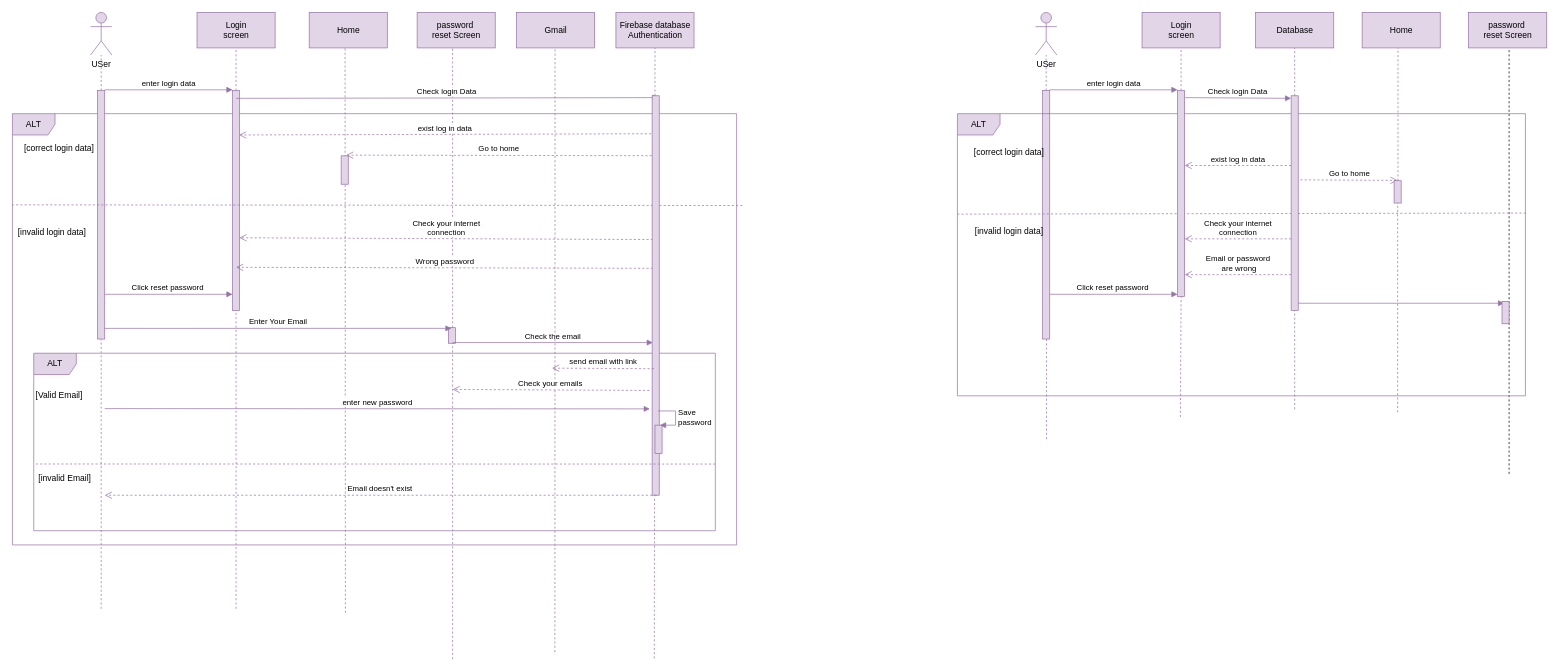
it-sCats/Fluke keeps this draw.io diagram as page "Page-2" (2 of 2) of seq_reg.drawio. Above is the earlier version. Source tidied: cells renumbered, new cells numbered last; positions are measured from the earlier drawing's top-left corner, leaving out a move shared by most shapes. Both pictures are drawn from the tidied source at 71%, with x=0, y=0 at pixel (12, 12).
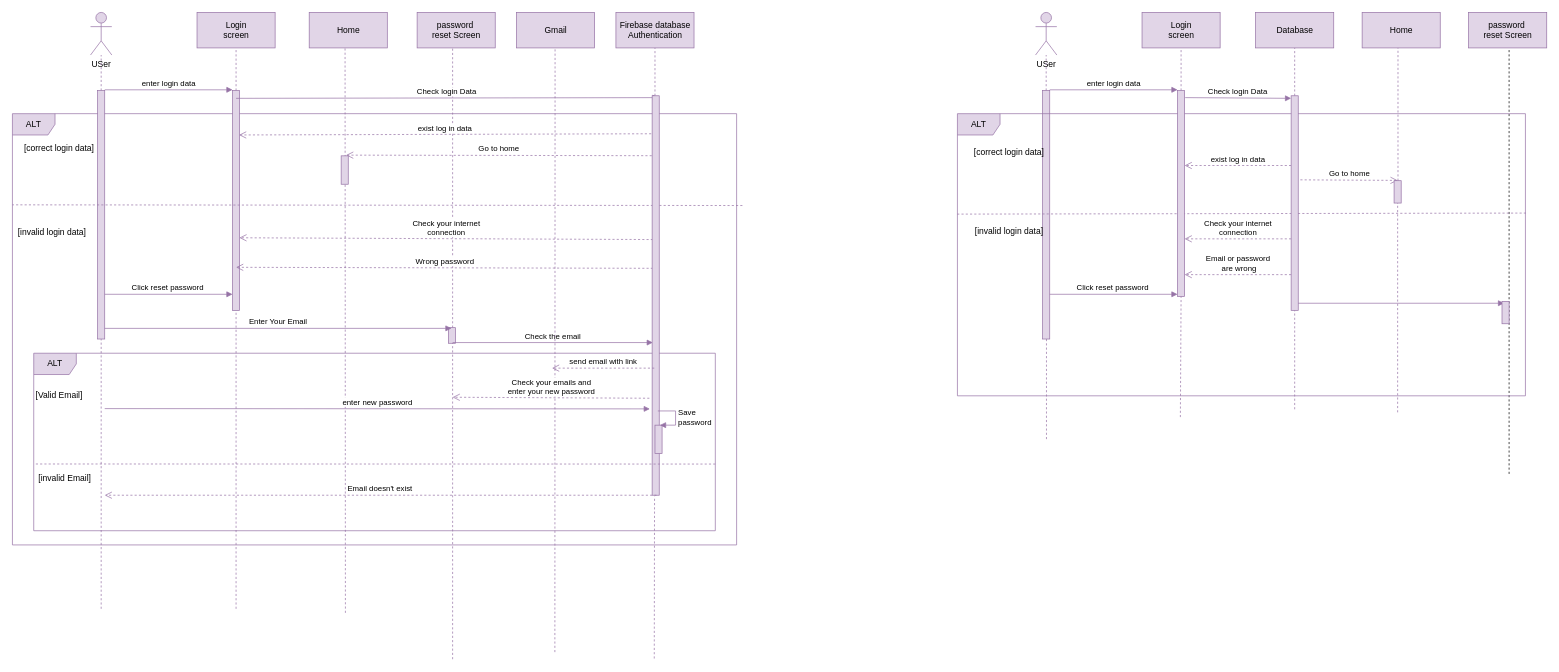
The same page after the edit.

The edit, as a diff of the source:
```diff
@@
-    <mxCell id="73" value="send email with link" style="html=1;verticalAlign=bottom;endArrow=open;dashed=1;endSize=8;fillColor=#e1d5e7;strokeColor=#9673a6;exitX=-0.049;exitY=0.15;exitDx=0;exitDy=0;exitPerimeter=0;" parent="1" edge="1">
+    <mxCell id="73" value="send email with link" style="html=1;verticalAlign=bottom;endArrow=open;dashed=1;endSize=8;fillColor=#e1d5e7;strokeColor=#9673a6;" parent="1" edge="1">
       <mxGeometry x="-527" y="514" as="geometry">
-        <mxPoint x="903.5" y="501.8" as="sourcePoint" />
+        <mxPoint x="904" y="501" as="sourcePoint" />
         <mxPoint x="760" y="501" as="targetPoint" />
       </mxGeometry>
     </mxCell>
@@
-    <mxCell id="80" value="Check your emails&amp;nbsp;" style="html=1;verticalAlign=bottom;endArrow=open;dashed=1;endSize=8;fillColor=#e1d5e7;strokeColor=#9673a6;exitX=0.108;exitY=0.432;exitDx=0;exitDy=0;exitPerimeter=0;" parent="1" edge="1">
-      <mxGeometry x="-415" y="789.8" as="geometry">
-        <mxPoint x="897.1" y="532.4" as="sourcePoint" />
-        <mxPoint x="620" y="531" as="targetPoint" />
+    <mxCell id="80" value="Check your emails and&lt;br&gt;enter your new password" style="html=1;verticalAlign=bottom;endArrow=open;dashed=1;endSize=8;fillColor=#e1d5e7;strokeColor=#9673a6;exitX=0.108;exitY=0.432;exitDx=0;exitDy=0;exitPerimeter=0;" parent="1" edge="1">
+      <mxGeometry x="-415" y="800.8" as="geometry">
+        <mxPoint x="897.1" y="543.4" as="sourcePoint" />
+        <mxPoint x="620" y="542" as="targetPoint" />
       </mxGeometry>
     </mxCell>
```
